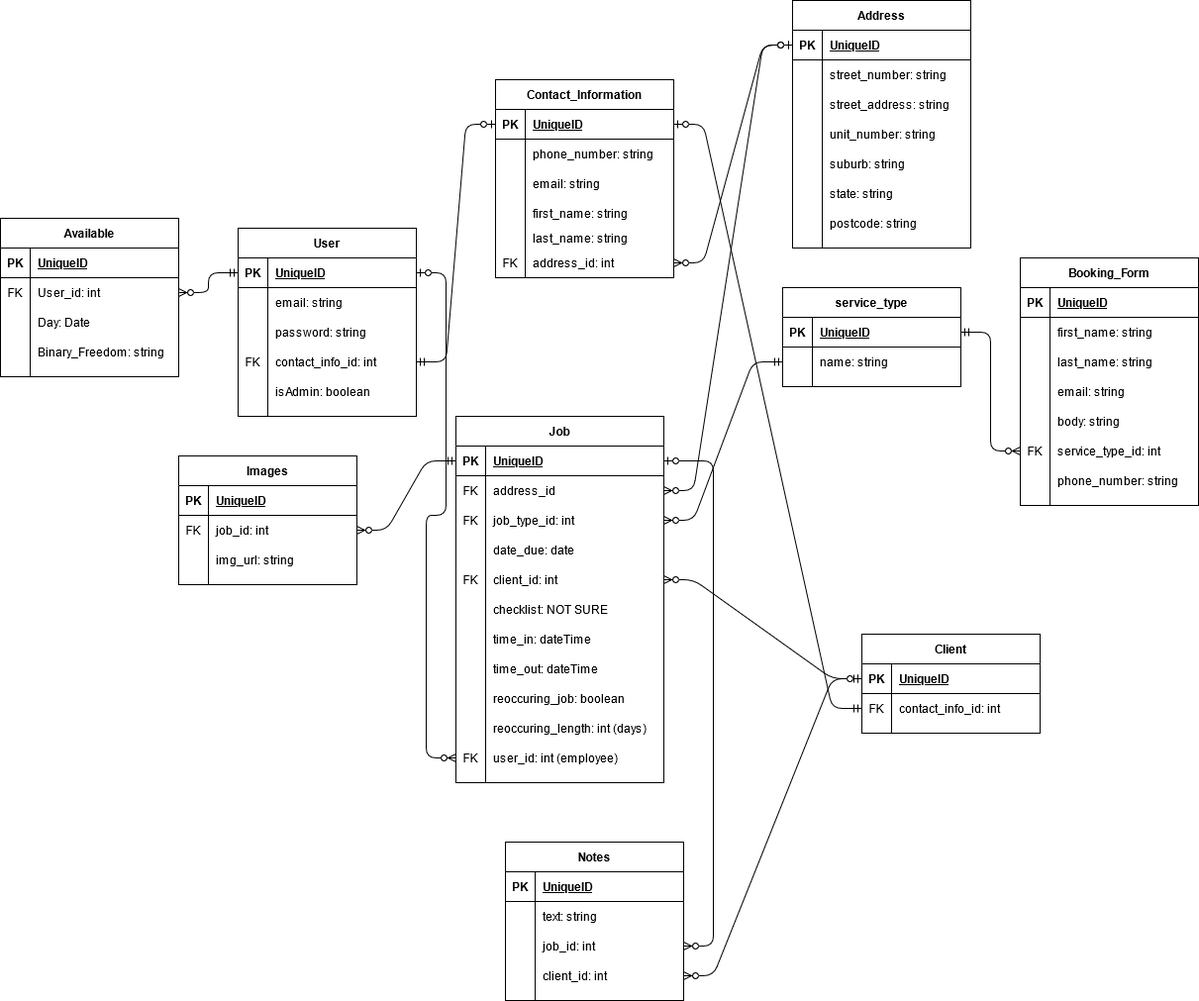
Earlier version of the draw.io export docs/T3A2-ERD.png (Brayydzz/T3A2-A-Full-Stack-App). Source tidied: cells renumbered, new cells last; positions are measured from the earlier drawing's top-left corner, leaving out a move shared by most shapes.
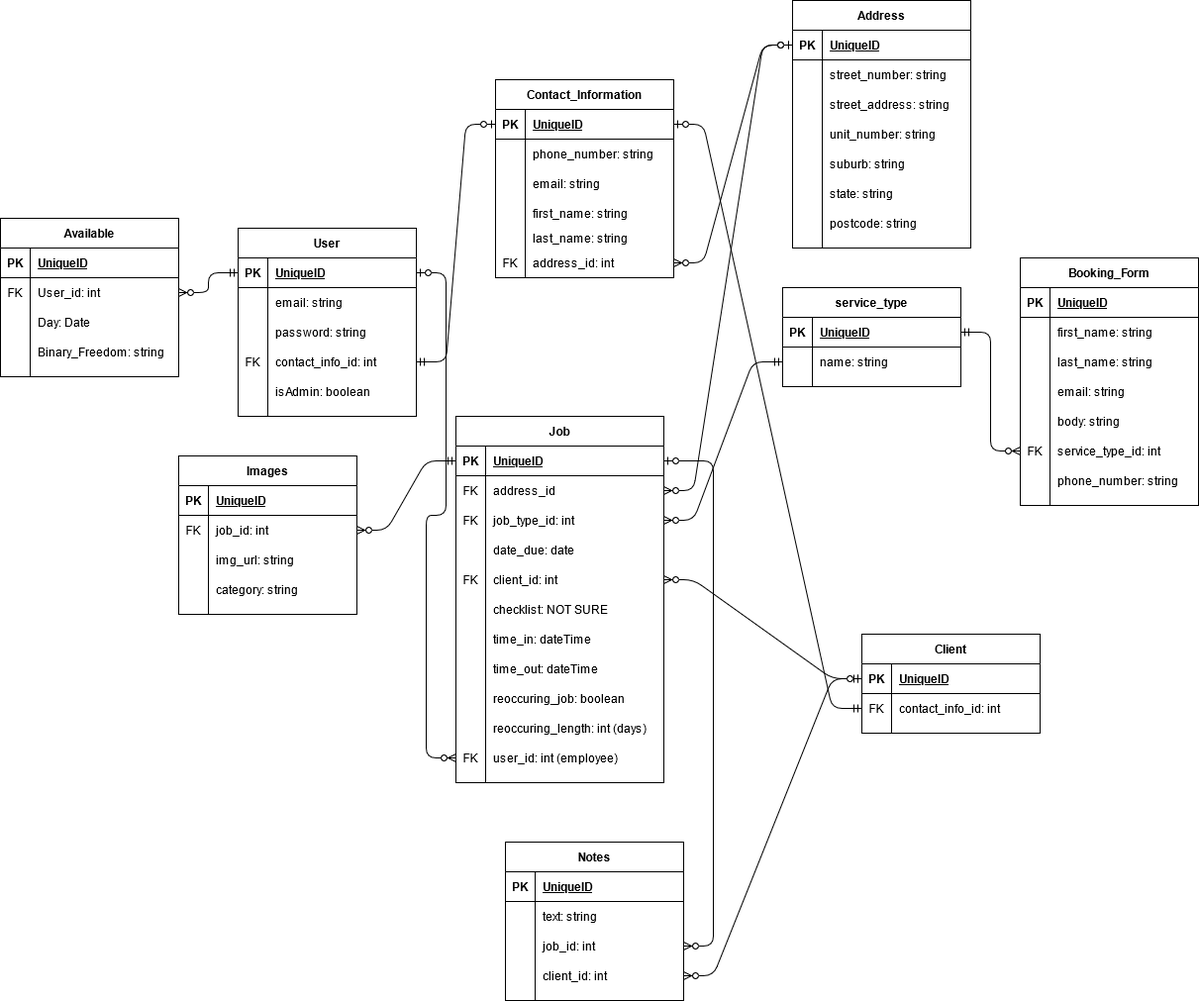
The same file after the commit.

Diff of the diagram source:
```diff
@@ -495,7 +495,7 @@
       <mxGeometry relative="1" as="geometry" />
     </mxCell>
     <mxCell id="166" value="Images" style="shape=table;startSize=30;rowLines=0;fontStyle=1;align=center;" parent="1" vertex="1">
-      <mxGeometry x="180" y="460" width="180" height="130" as="geometry" />
+      <mxGeometry x="180" y="460" width="180" height="160" as="geometry" />
     </mxCell>
     <mxCell id="167" style="shape=partialRectangle;fillColor=none;top=0;left=0;bottom=1;right=0;" parent="166" vertex="1">
       <mxGeometry y="30" width="180" height="30" as="geometry" />
@@ -524,6 +524,15 @@
     <mxCell id="175" value="img_url: string" style="shape=partialRectangle;fillColor=none;top=0;left=0;bottom=0;right=0;align=left;spacingLeft=6;overflow=hidden;" parent="173" vertex="1">
       <mxGeometry x="30" width="150" height="30" as="geometry" />
     </mxCell>
+    <mxCell id="177" style="shape=partialRectangle;fillColor=none;top=0;left=0;bottom=0;right=0;" parent="166" vertex="1">
+      <mxGeometry y="120" width="180" height="30" as="geometry" />
+    </mxCell>
+    <mxCell id="178" style="shape=partialRectangle;fillColor=none;top=0;left=0;bottom=0;right=0;overflow=hidden;" parent="177" vertex="1">
+      <mxGeometry width="30" height="30" as="geometry" />
+    </mxCell>
+    <mxCell id="179" value="category: string" style="shape=partialRectangle;fillColor=none;top=0;left=0;bottom=0;right=0;align=left;spacingLeft=6;overflow=hidden;" parent="177" vertex="1">
+      <mxGeometry x="30" width="150" height="30" as="geometry" />
+    </mxCell>
     <mxCell id="176" style="edgeStyle=entityRelationEdgeStyle;fontSize=12;html=1;endArrow=ERzeroToMany;startArrow=ERmandOne;" parent="1" edge="1" source="38" target="170">
       <mxGeometry relative="1" as="geometry" />
     </mxCell>
```
